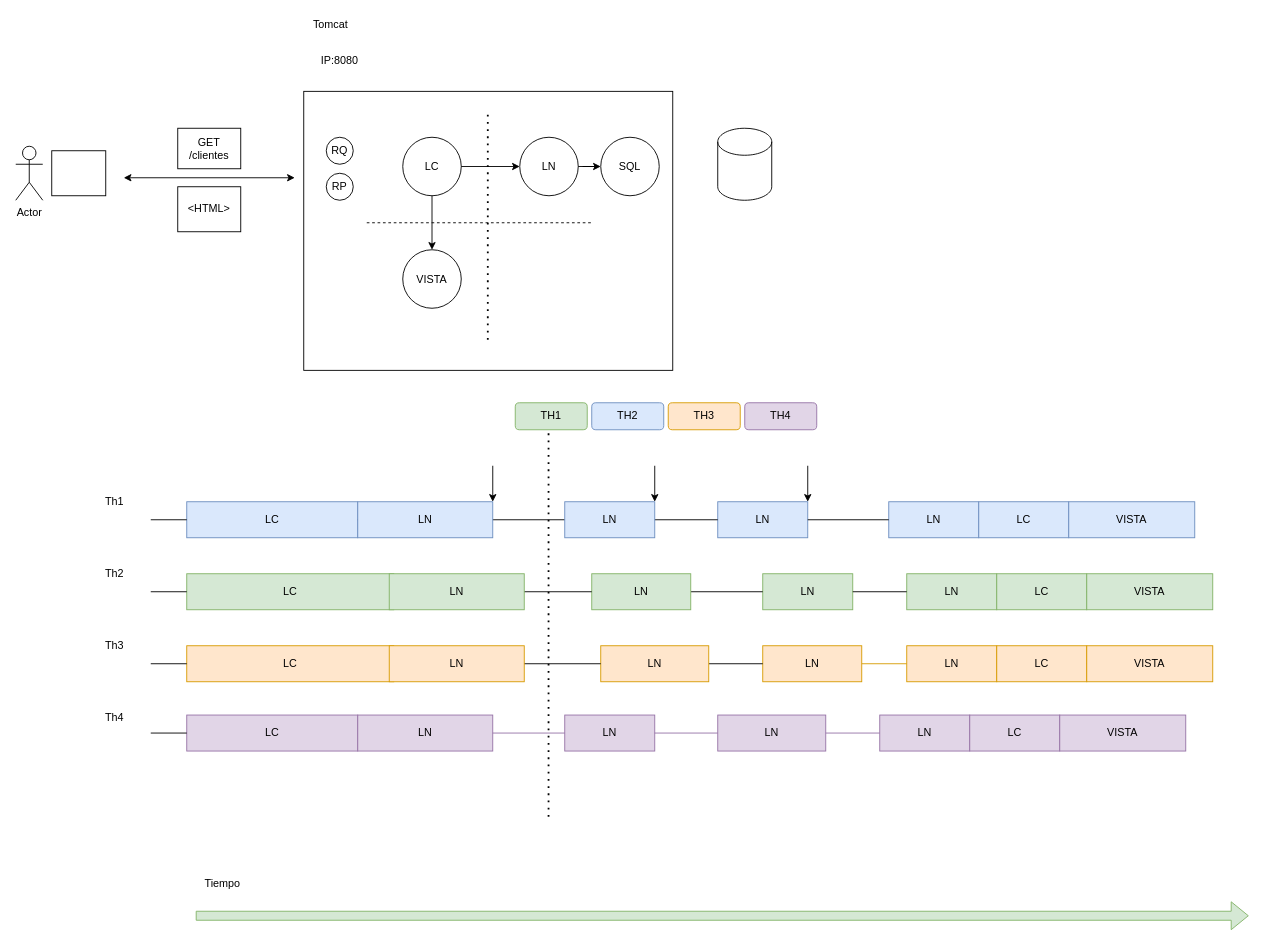
Before: page "Página-12" (12 of 20) of panel_microservicios_webflux_05_2022.drawio in lrag/WebFlux, a draw.io diagram. Source tidied: cells renumbered, new cells numbered last; positions are measured from the earlier drawing's top-left corner, leaving out a move shared by most shapes. Both pictures are drawn from the tidied source at 90%, with x=0, y=0 at pixel (15, 15).
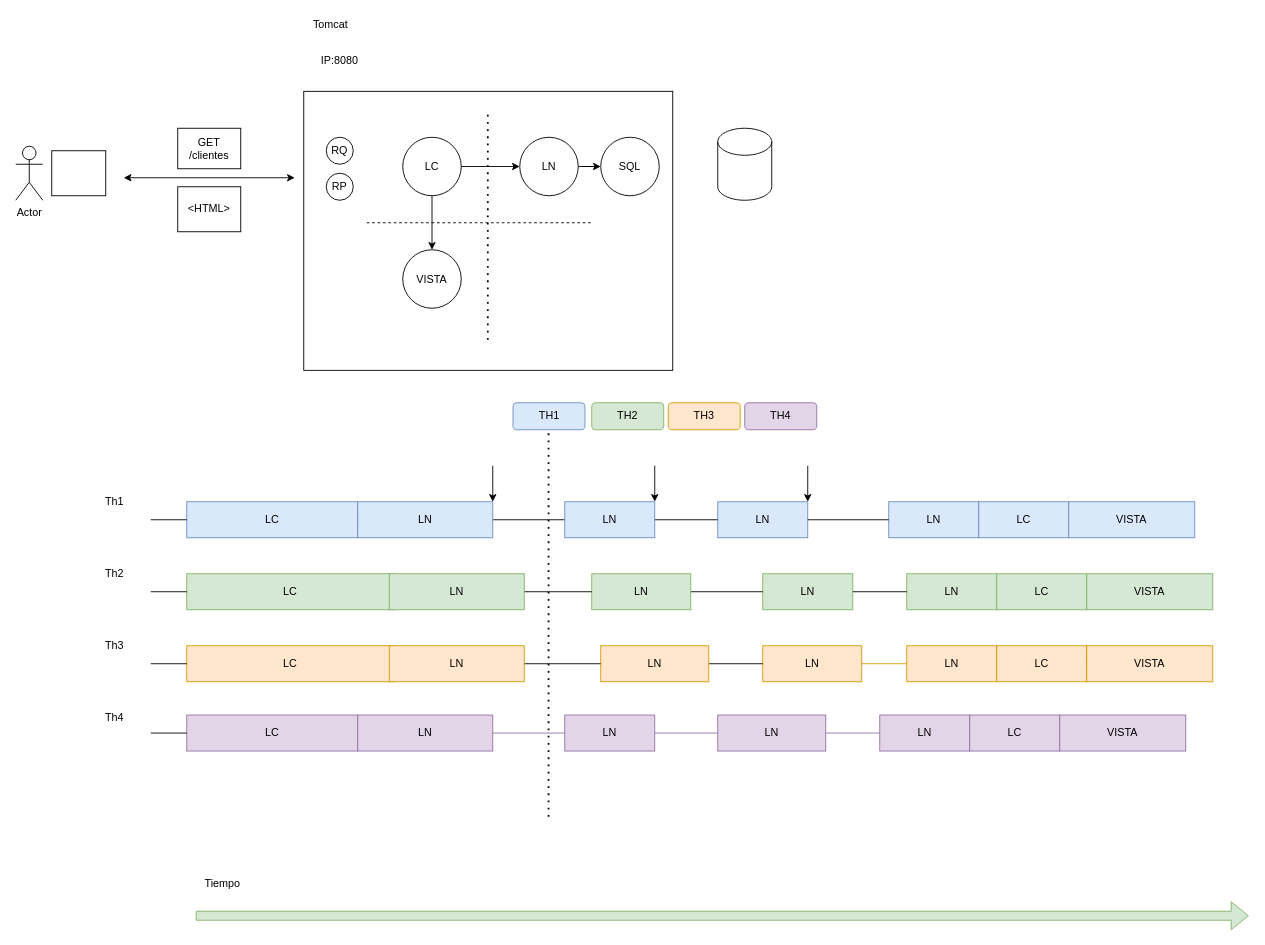
After the change.

Diff of the diagram source:
```diff
@@
-    <mxCell id="86" value="TH1" style="rounded=1;whiteSpace=wrap;html=1;fillColor=#d5e8d4;strokeColor=#82b366;" parent="1" vertex="1">
-      <mxGeometry x="555" y="430" width="80" height="30" as="geometry" />
+    <mxCell id="86" value="TH2" style="rounded=1;whiteSpace=wrap;html=1;fillColor=#d5e8d4;strokeColor=#82b366;" parent="1" vertex="1">
+      <mxGeometry x="640" y="430" width="80" height="30" as="geometry" />
     </mxCell>
-    <mxCell id="87" value="TH2" style="rounded=1;whiteSpace=wrap;html=1;fillColor=#dae8fc;strokeColor=#6c8ebf;" parent="1" vertex="1">
-      <mxGeometry x="640" y="430" width="80" height="30" as="geometry" />
+    <mxCell id="87" value="TH1" style="rounded=1;whiteSpace=wrap;html=1;fillColor=#dae8fc;strokeColor=#6c8ebf;" parent="1" vertex="1">
+      <mxGeometry x="552.5" y="430" width="80" height="30" as="geometry" />
     </mxCell>
```
